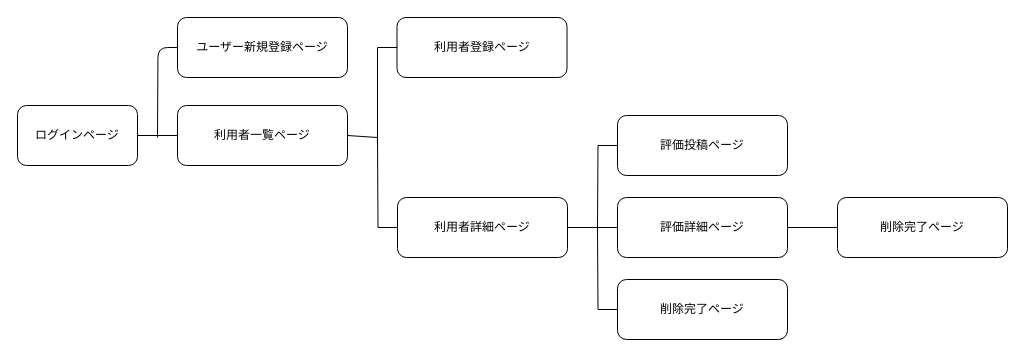
This is page_flow.dio from YukihitoTomojiri/life_function_app, a draw.io file, before an edit. Source tidied: cells renumbered, new cells numbered last; positions are measured from the earlier drawing's top-left corner, leaving out a move shared by most shapes. Both pictures are drawn from the tidied source at 100%, with x=0, y=0 at pixel (17, 17).
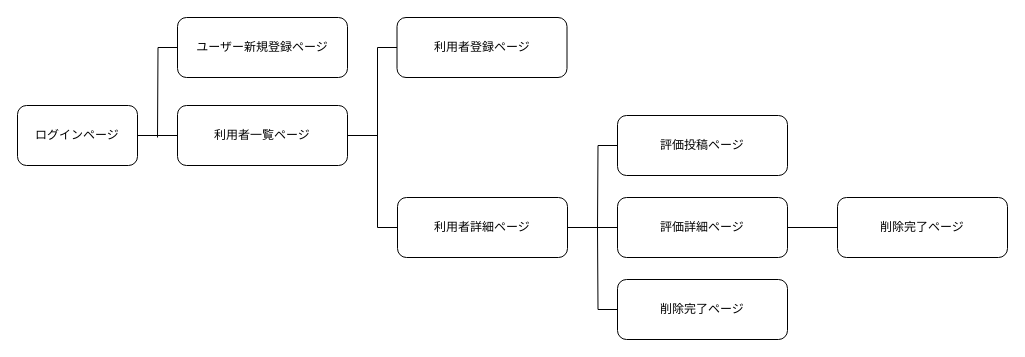
After the change.

The change refers to these unchanged cells:
```xml
<mxCell id="3" value="ユーザー新規登録ページ" style="rounded=1;whiteSpace=wrap;html=1;" parent="1" vertex="1">
  <mxGeometry x="160" width="170" height="60" as="geometry" />
</mxCell>
<mxCell id="5" value="利用者一覧ページ" style="rounded=1;whiteSpace=wrap;html=1;" parent="1" vertex="1">
  <mxGeometry x="160" y="88" width="170" height="60" as="geometry" />
</mxCell>
<mxCell id="8" value="利用者詳細ページ" style="rounded=1;whiteSpace=wrap;html=1;" parent="1" vertex="1">
  <mxGeometry x="380" y="180" width="170" height="60" as="geometry" />
</mxCell>
```

Change to the diagram source:
```diff
@@
     <mxCell id="7" style="edgeStyle=orthogonalEdgeStyle;rounded=0;html=1;exitX=0;exitY=0.5;exitDx=0;exitDy=0;startArrow=none;startFill=0;endArrow=none;endFill=0;elbow=vertical;" parent="1" edge="1" source="8">
       <mxGeometry relative="1" as="geometry">
-        <mxPoint x="360" y="120" as="targetPoint" />
+        <mxPoint x="360" y="32" as="targetPoint" />
+        <Array as="points">
+          <mxPoint x="360" y="210" />
+        </Array>
       </mxGeometry>
     </mxCell>
@@
-    <mxCell id="18" style="edgeStyle=orthogonalEdgeStyle;html=1;startArrow=none;startFill=0;endArrow=none;endFill=0;exitX=0;exitY=0.5;exitDx=0;exitDy=0;" parent="1" edge="1" source="3">
+    <mxCell id="18" style="edgeStyle=orthogonalEdgeStyle;html=1;startArrow=none;startFill=0;endArrow=none;endFill=0;exitX=0;exitY=0.5;exitDx=0;exitDy=0;rounded=0;" parent="1" edge="1" source="3">
       <mxGeometry relative="1" as="geometry">
         <mxPoint x="140" y="120" as="targetPoint" />
       </mxGeometry>
     </mxCell>
     <mxCell id="19" style="edgeStyle=none;html=1;startArrow=none;startFill=0;endArrow=none;endFill=0;exitX=1;exitY=0.5;exitDx=0;exitDy=0;rounded=0;" parent="1" edge="1" source="5">
       <mxGeometry relative="1" as="geometry">
         <mxPoint x="360" y="30" as="targetPoint" />
         <Array as="points">
-          <mxPoint x="360" y="120" />
+          <mxPoint x="360" y="118" />
         </Array>
       </mxGeometry>
     </mxCell>
```
